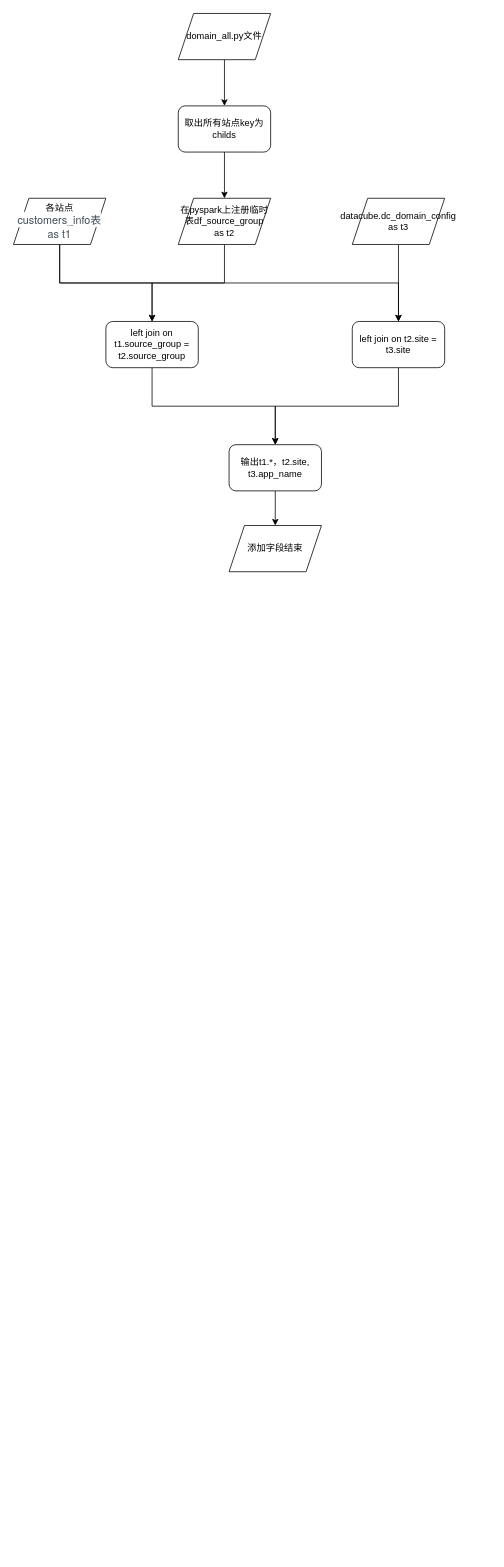
This is plan/datacube_dev.dim_gdpr_customer_beta 添加site,app_name 字段.drawio from Jacoulin/draw, a draw.io file, before an edit. Source tidied: cells renumbered, new cells numbered last; positions are measured from the earlier drawing's top-left corner, leaving out a move shared by most shapes. Both pictures are drawn from the tidied source at 77%, with x=0, y=0 at pixel (13, 13).
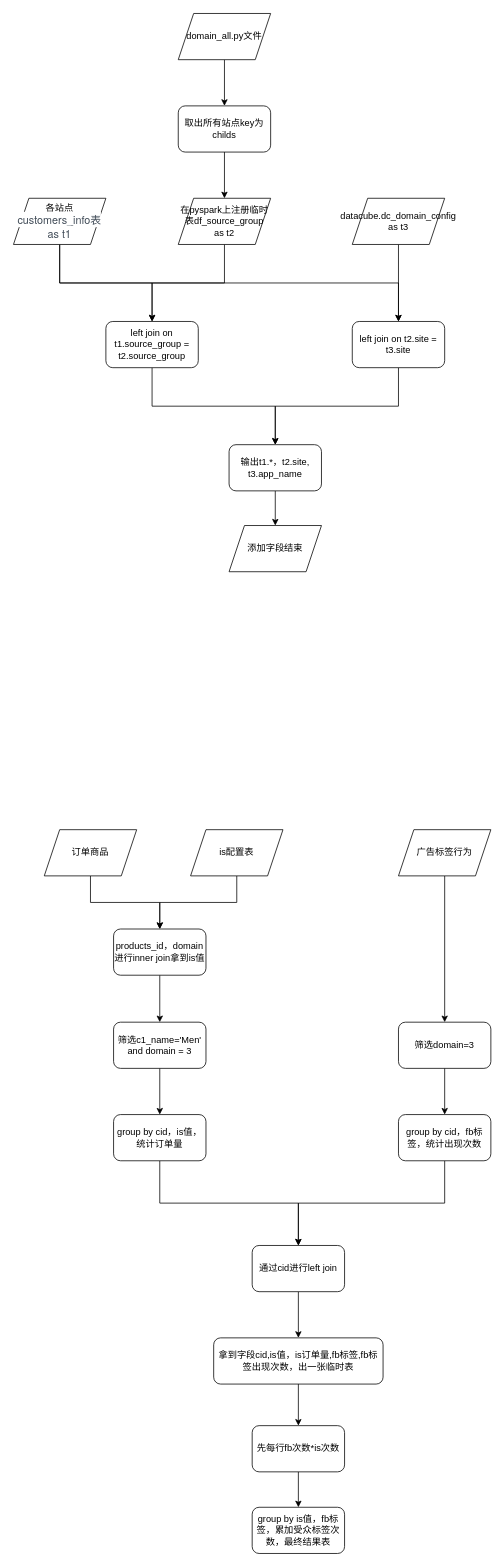
The same page after the edit.

What changed in the source:
```diff
@@
+    <mxCell id="20" style="edgeStyle=orthogonalEdgeStyle;rounded=0;jettySize=auto;html=1;exitX=0.5;exitY=1;exitDx=0;exitDy=0;" parent="1" edge="1" source="21" target="27">
+      <mxGeometry relative="1" as="geometry" />
+    </mxCell>
+    <mxCell id="21" value="订单商品" style="shape=parallelogram;perimeter=parallelogramPerimeter;whiteSpace=wrap;html=1;fixedSize=1;" parent="1" vertex="1">
+      <mxGeometry x="40" y="1060" width="120" height="60" as="geometry" />
+    </mxCell>
+    <mxCell id="22" style="edgeStyle=orthogonalEdgeStyle;rounded=0;jettySize=auto;html=1;exitX=0.5;exitY=1;exitDx=0;exitDy=0;" parent="1" edge="1" source="23" target="33">
+      <mxGeometry relative="1" as="geometry" />
+    </mxCell>
+    <mxCell id="23" value="广告标签行为" style="shape=parallelogram;perimeter=parallelogramPerimeter;whiteSpace=wrap;html=1;fixedSize=1;" parent="1" vertex="1">
+      <mxGeometry x="500" y="1060" width="120" height="60" as="geometry" />
+    </mxCell>
+    <mxCell id="24" style="edgeStyle=orthogonalEdgeStyle;rounded=0;jettySize=auto;html=1;exitX=0.5;exitY=1;exitDx=0;exitDy=0;" parent="1" edge="1" source="25" target="27">
+      <mxGeometry relative="1" as="geometry" />
+    </mxCell>
+    <mxCell id="25" value="is配置表" style="shape=parallelogram;perimeter=parallelogramPerimeter;whiteSpace=wrap;html=1;fixedSize=1;" parent="1" vertex="1">
+      <mxGeometry x="230" y="1060" width="120" height="60" as="geometry" />
+    </mxCell>
+    <mxCell id="26" style="edgeStyle=orthogonalEdgeStyle;rounded=0;jettySize=auto;html=1;exitX=0.5;exitY=1;exitDx=0;exitDy=0;" parent="1" edge="1" source="27" target="29">
+      <mxGeometry relative="1" as="geometry" />
+    </mxCell>
+    <mxCell id="27" value="products_id，domain进行inner join拿到is值" style="rounded=1;whiteSpace=wrap;html=1;" parent="1" vertex="1">
+      <mxGeometry x="130" y="1189" width="120" height="60" as="geometry" />
+    </mxCell>
+    <mxCell id="28" style="edgeStyle=orthogonalEdgeStyle;rounded=0;jettySize=auto;html=1;exitX=0.5;exitY=1;exitDx=0;exitDy=0;" parent="1" edge="1" source="29" target="31">
+      <mxGeometry relative="1" as="geometry" />
+    </mxCell>
+    <mxCell id="29" value="筛选c1_name='Men'&lt;br&gt;and domain = 3" style="rounded=1;whiteSpace=wrap;html=1;" parent="1" vertex="1">
+      <mxGeometry x="130" y="1310" width="120" height="60" as="geometry" />
+    </mxCell>
+    <mxCell id="30" style="edgeStyle=orthogonalEdgeStyle;rounded=0;jettySize=auto;html=1;exitX=0.5;exitY=1;exitDx=0;exitDy=0;entryX=0.5;entryY=0;entryDx=0;entryDy=0;" parent="1" edge="1" source="31" target="37">
+      <mxGeometry relative="1" as="geometry" />
+    </mxCell>
+    <mxCell id="31" value="group by cid，is值，统计订单量" style="rounded=1;whiteSpace=wrap;html=1;" parent="1" vertex="1">
+      <mxGeometry x="130" y="1430" width="120" height="60" as="geometry" />
+    </mxCell>
+    <mxCell id="32" style="edgeStyle=orthogonalEdgeStyle;rounded=0;jettySize=auto;html=1;exitX=0.5;exitY=1;exitDx=0;exitDy=0;entryX=0.5;entryY=0;entryDx=0;entryDy=0;" parent="1" edge="1" source="33" target="35">
+      <mxGeometry relative="1" as="geometry" />
+    </mxCell>
+    <mxCell id="33" value="筛选domain=3" style="rounded=1;whiteSpace=wrap;html=1;" parent="1" vertex="1">
+      <mxGeometry x="500" y="1310" width="120" height="60" as="geometry" />
+    </mxCell>
+    <mxCell id="34" style="edgeStyle=orthogonalEdgeStyle;rounded=0;jettySize=auto;html=1;exitX=0.5;exitY=1;exitDx=0;exitDy=0;" parent="1" edge="1" source="35" target="37">
+      <mxGeometry relative="1" as="geometry" />
+    </mxCell>
+    <mxCell id="35" value="group by cid，fb标签，统计出现次数" style="rounded=1;whiteSpace=wrap;html=1;" parent="1" vertex="1">
+      <mxGeometry x="500" y="1430" width="120" height="60" as="geometry" />
+    </mxCell>
+    <mxCell id="36" style="edgeStyle=orthogonalEdgeStyle;rounded=0;jettySize=auto;html=1;exitX=0.5;exitY=1;exitDx=0;exitDy=0;" parent="1" edge="1" source="37" target="39">
+      <mxGeometry relative="1" as="geometry" />
+    </mxCell>
+    <mxCell id="37" value="通过cid进行left join" style="rounded=1;whiteSpace=wrap;html=1;" parent="1" vertex="1">
+      <mxGeometry x="310" y="1600" width="120" height="60" as="geometry" />
+    </mxCell>
+    <mxCell id="38" style="edgeStyle=orthogonalEdgeStyle;rounded=0;jettySize=auto;html=1;exitX=0.5;exitY=1;exitDx=0;exitDy=0;" parent="1" edge="1" source="39" target="41">
+      <mxGeometry relative="1" as="geometry" />
+    </mxCell>
+    <mxCell id="39" value="拿到字段cid,is值，is订单量,fb标签,fb标签出现次数，出一张临时表" style="rounded=1;whiteSpace=wrap;html=1;" parent="1" vertex="1">
+      <mxGeometry x="260" y="1720" width="220" height="60" as="geometry" />
+    </mxCell>
+    <mxCell id="40" style="edgeStyle=orthogonalEdgeStyle;rounded=0;jettySize=auto;html=1;exitX=0.5;exitY=1;exitDx=0;exitDy=0;entryX=0.5;entryY=0;entryDx=0;entryDy=0;" parent="1" edge="1" source="41" target="42">
+      <mxGeometry relative="1" as="geometry" />
+    </mxCell>
+    <mxCell id="41" value="先每行fb次数*is次数" style="rounded=1;whiteSpace=wrap;html=1;" parent="1" vertex="1">
+      <mxGeometry x="310" y="1834" width="120" height="60" as="geometry" />
+    </mxCell>
+    <mxCell id="42" value="group by is值，fb标签，累加受众标签次数，最终结果表" style="rounded=1;whiteSpace=wrap;html=1;" parent="1" vertex="1">
+      <mxGeometry x="310" y="1940" width="120" height="60" as="geometry" />
+    </mxCell>
```
